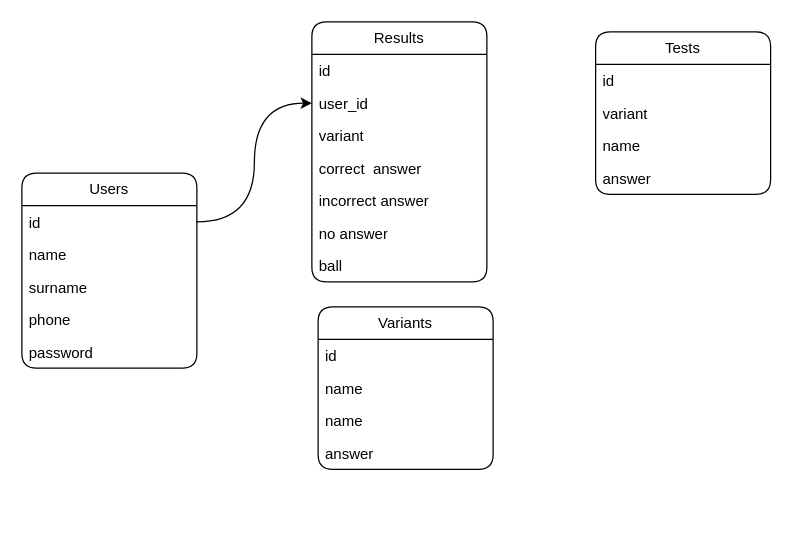
The draw.io diagram GRE.drawio in MardonAslonov/DrawIo, before the edit. Source tidied: cells renumbered, new cells numbered last; positions are measured from the earlier drawing's top-left corner, leaving out a move shared by most shapes. Both pictures are drawn from the tidied source at 125%, with x=0, y=0 at pixel (21, 21).
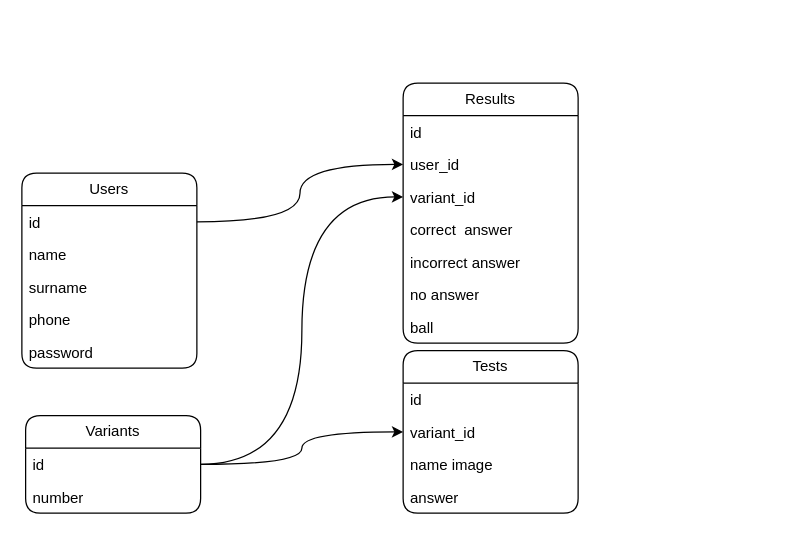
After the change.

The change refers to these unchanged cells:
```xml
<mxCell id="23" value="id" style="text;strokeColor=none;fillColor=none;align=left;verticalAlign=top;spacingLeft=4;spacingRight=4;overflow=hidden;points=[[0,0.5],[1,0.5]];portConstraint=eastwest;whiteSpace=wrap;html=1;" parent="22" vertex="1">
  <mxGeometry y="26" width="140" height="26" as="geometry" />
</mxCell>
```

The edit, as a diff of the source:
```diff
@@
     <mxCell id="2" value="Tests" style="swimlane;fontStyle=0;horizontal=1;startSize=26;fillColor=none;whiteSpace=wrap;html=1;rounded=1;" parent="1" vertex="1">
-      <mxGeometry x="459" y="8" width="140" height="130" as="geometry" />
+      <mxGeometry x="305" y="263" width="140" height="130" as="geometry" />
     </mxCell>
@@
-    <mxCell id="4" value="variant" style="text;strokeColor=none;fillColor=none;align=left;verticalAlign=top;spacingLeft=4;spacingRight=4;overflow=hidden;points=[[0,0.5],[1,0.5]];portConstraint=eastwest;whiteSpace=wrap;html=1;" parent="2" vertex="1">
+    <mxCell id="4" value="variant_id" style="text;strokeColor=none;fillColor=none;align=left;verticalAlign=top;spacingLeft=4;spacingRight=4;overflow=hidden;points=[[0,0.5],[1,0.5]];portConstraint=eastwest;whiteSpace=wrap;html=1;" parent="2" vertex="1">
       <mxGeometry y="52" width="140" height="26" as="geometry" />
     </mxCell>
-    <mxCell id="5" value="name" style="text;strokeColor=none;fillColor=none;align=left;verticalAlign=top;spacingLeft=4;spacingRight=4;overflow=hidden;whiteSpace=wrap;html=1;" parent="2" vertex="1">
+    <mxCell id="5" value="name image" style="text;strokeColor=none;fillColor=none;align=left;verticalAlign=top;spacingLeft=4;spacingRight=4;overflow=hidden;whiteSpace=wrap;html=1;" parent="2" vertex="1">
       <mxGeometry y="78" width="140" height="26" as="geometry" />
     </mxCell>
@@
     <mxCell id="13" value="Results" style="swimlane;fontStyle=0;horizontal=1;startSize=26;fillColor=none;whiteSpace=wrap;html=1;rounded=1;" parent="1" vertex="1">
-      <mxGeometry x="232" width="140" height="208" as="geometry" />
+      <mxGeometry x="305" y="49" width="140" height="208" as="geometry" />
     </mxCell>
@@
-    <mxCell id="16" value="variant" style="text;strokeColor=none;fillColor=none;align=left;verticalAlign=top;spacingLeft=4;spacingRight=4;overflow=hidden;points=[[0,0.5],[1,0.5]];portConstraint=eastwest;whiteSpace=wrap;html=1;" parent="13" vertex="1">
+    <mxCell id="16" value="variant_id" style="text;strokeColor=none;fillColor=none;align=left;verticalAlign=top;spacingLeft=4;spacingRight=4;overflow=hidden;points=[[0,0.5],[1,0.5]];portConstraint=eastwest;whiteSpace=wrap;html=1;" parent="13" vertex="1">
       <mxGeometry y="78" width="140" height="26" as="geometry" />
     </mxCell>
@@
     <mxCell id="22" value="Variants" style="swimlane;fontStyle=0;horizontal=1;startSize=26;fillColor=none;whiteSpace=wrap;html=1;rounded=1;" parent="1" vertex="1">
-      <mxGeometry x="237" y="228" width="140" height="130" as="geometry" />
+      <mxGeometry x="3" y="315" width="140" height="78" as="geometry" />
     </mxCell>
@@
-    <mxCell id="24" value="name" style="text;strokeColor=none;fillColor=none;align=left;verticalAlign=top;spacingLeft=4;spacingRight=4;overflow=hidden;whiteSpace=wrap;html=1;" parent="22" vertex="1">
-      <mxGeometry y="52" width="140" height="26" as="geometry" />
-    </mxCell>
-    <mxCell id="25" value="name" style="text;strokeColor=none;fillColor=none;align=left;verticalAlign=top;spacingLeft=4;spacingRight=4;overflow=hidden;whiteSpace=wrap;html=1;" parent="22" vertex="1">
-      <mxGeometry y="78" width="140" height="26" as="geometry" />
+    <mxCell id="25" value="number" style="text;strokeColor=none;fillColor=none;align=left;verticalAlign=top;spacingLeft=4;spacingRight=4;overflow=hidden;whiteSpace=wrap;html=1;" parent="22" vertex="1">
+      <mxGeometry y="52" width="140" height="26" as="geometry" />
     </mxCell>
-    <mxCell id="26" value="answer" style="text;strokeColor=none;fillColor=none;align=left;verticalAlign=top;spacingLeft=4;spacingRight=4;overflow=hidden;whiteSpace=wrap;html=1;" parent="22" vertex="1">
-      <mxGeometry y="104" width="140" height="26" as="geometry" />
-    </mxCell>
+    <mxCell id="27" style="edgeStyle=orthogonalEdgeStyle;rounded=0;jettySize=auto;html=1;curved=1;" parent="1" edge="1" source="23" target="4">
+      <mxGeometry relative="1" as="geometry" />
+    </mxCell>
+    <mxCell id="28" style="edgeStyle=orthogonalEdgeStyle;rounded=0;jettySize=auto;html=1;entryX=0;entryY=0.5;entryDx=0;entryDy=0;curved=1;" parent="1" edge="1" source="23" target="16">
+      <mxGeometry relative="1" as="geometry" />
+    </mxCell>
```
